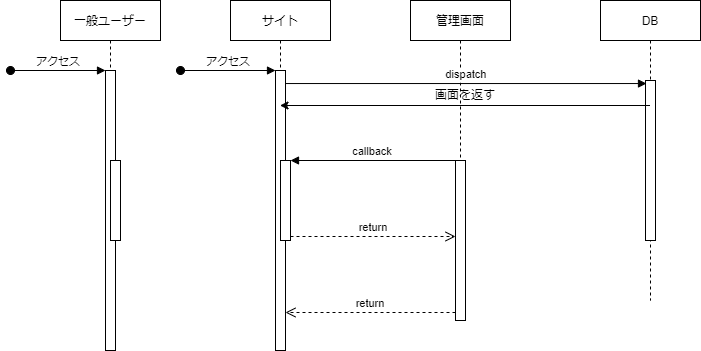
This is シーケンス図.drawio.png from buyodo/webgis-dev-doc, a draw.io export, as it was before one commit. Source tidied: cells renumbered, new cells last; positions are measured from the earlier drawing's top-left corner, leaving out a move shared by most shapes.
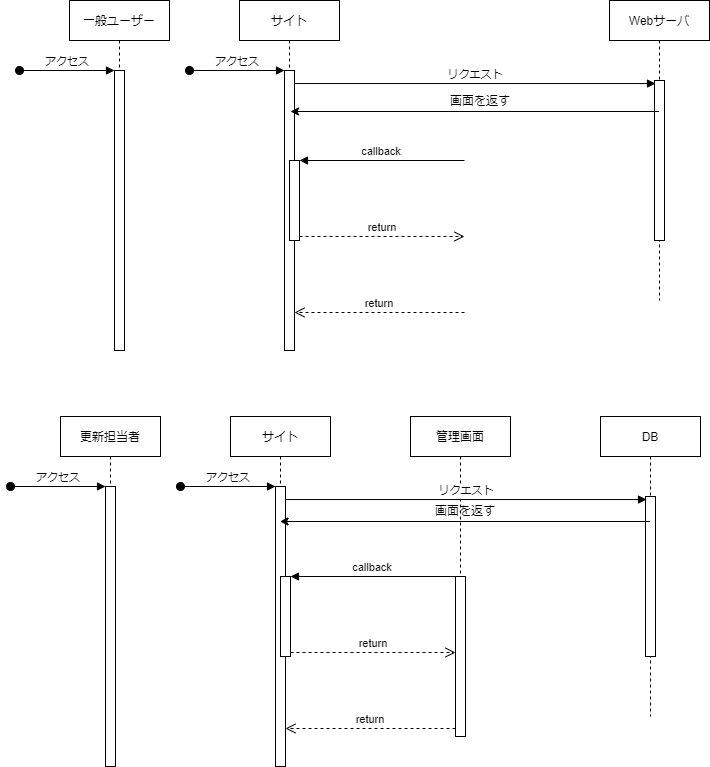
After the change.

Commit message:
シーケンス図.drawio.png を更新します

Change to the diagram source:
```diff
@@ -16,37 +16,34 @@
     <mxCell id="5" style="points=[];perimeter=orthogonalPerimeter;rounded=0;shadow=0;strokeWidth=1;" parent="2" vertex="1">
       <mxGeometry x="50" y="160" width="10" height="80" as="geometry" />
     </mxCell>
-    <mxCell id="6" value="管理画面" style="shape=umlLifeline;perimeter=lifelinePerimeter;rounded=0;shadow=0;strokeWidth=1;" parent="1" vertex="1">
-      <mxGeometry x="400" width="100" height="300" as="geometry" />
-    </mxCell>
-    <mxCell id="7" style="points=[];perimeter=orthogonalPerimeter;rounded=0;shadow=0;strokeWidth=1;" parent="6" vertex="1">
-      <mxGeometry x="45" y="160" width="10" height="160" as="geometry" />
-    </mxCell>
-    <mxCell id="8" value="画面を返す" style="text;html=1;strokeColor=none;fillColor=none;align=center;verticalAlign=middle;whiteSpace=wrap;rounded=0;" parent="6" vertex="1">
-      <mxGeometry x="20" y="80" width="70" height="30" as="geometry" />
-    </mxCell>
-    <mxCell id="9" value="return" style="verticalAlign=bottom;endArrow=open;dashed=1;endSize=8;exitX=0;exitY=0.95;shadow=0;strokeWidth=1;" parent="1" edge="1" source="7" target="3">
-      <mxGeometry relative="1" as="geometry" />
+    <mxCell id="9" value="return" style="verticalAlign=bottom;endArrow=open;dashed=1;endSize=8;exitX=0;exitY=0.95;shadow=0;strokeWidth=1;" parent="1" edge="1" target="3">
+      <mxGeometry relative="1" as="geometry">
+        <mxPoint x="445" y="312" as="sourcePoint" />
+      </mxGeometry>
     </mxCell>
-    <mxCell id="10" value="dispatch" style="verticalAlign=bottom;endArrow=block;entryX=0.1;entryY=0.019;shadow=0;strokeWidth=1;entryDx=0;entryDy=0;entryPerimeter=0;" parent="1" edge="1" source="3" target="14">
+    <mxCell id="10" value="リクエスト" style="verticalAlign=bottom;endArrow=block;entryX=0.1;entryY=0.019;shadow=0;strokeWidth=1;entryDx=0;entryDy=0;entryPerimeter=0;" parent="1" edge="1" source="3" target="14">
       <mxGeometry relative="1" as="geometry" />
     </mxCell>
-    <mxCell id="11" value="callback" style="verticalAlign=bottom;endArrow=block;entryX=1;entryY=0;shadow=0;strokeWidth=1;" parent="1" edge="1" source="7" target="5">
-      <mxGeometry relative="1" as="geometry" />
+    <mxCell id="11" value="callback" style="verticalAlign=bottom;endArrow=block;entryX=1;entryY=0;shadow=0;strokeWidth=1;" parent="1" edge="1" target="5">
+      <mxGeometry relative="1" as="geometry">
+        <mxPoint x="445" y="160" as="sourcePoint" />
+      </mxGeometry>
     </mxCell>
-    <mxCell id="12" value="return" style="verticalAlign=bottom;endArrow=open;dashed=1;endSize=8;exitX=1;exitY=0.95;shadow=0;strokeWidth=1;" parent="1" edge="1" source="5" target="7">
-      <mxGeometry relative="1" as="geometry" />
+    <mxCell id="12" value="return" style="verticalAlign=bottom;endArrow=open;dashed=1;endSize=8;exitX=1;exitY=0.95;shadow=0;strokeWidth=1;" parent="1" edge="1" source="5">
+      <mxGeometry relative="1" as="geometry">
+        <mxPoint x="445" y="236" as="targetPoint" />
+      </mxGeometry>
     </mxCell>
-    <mxCell id="13" value="DB" style="shape=umlLifeline;perimeter=lifelinePerimeter;rounded=0;shadow=0;strokeWidth=1;" parent="1" vertex="1">
+    <mxCell id="13" value="Webサーバ" style="shape=umlLifeline;perimeter=lifelinePerimeter;rounded=0;shadow=0;strokeWidth=1;" parent="1" vertex="1">
       <mxGeometry x="590" width="100" height="300" as="geometry" />
     </mxCell>
     <mxCell id="14" style="points=[];perimeter=orthogonalPerimeter;rounded=0;shadow=0;strokeWidth=1;" parent="13" vertex="1">
       <mxGeometry x="45" y="80" width="10" height="160" as="geometry" />
     </mxCell>
-    <mxCell id="15" style="endArrow=classic;html=1;rounded=0;" parent="1" edge="1">
+    <mxCell id="15" style="endArrow=classic;html=1;rounded=0;entryX=0.6;entryY=0.125;entryDx=0;entryDy=0;entryPerimeter=0;" parent="1" edge="1">
       <mxGeometry relative="1" as="geometry">
-        <mxPoint x="639.5" y="105" as="sourcePoint" />
-        <mxPoint x="269.5" y="105" as="targetPoint" />
+        <mxPoint x="639.5" y="111" as="sourcePoint" />
+        <mxPoint x="271" y="111" as="targetPoint" />
       </mxGeometry>
     </mxCell>
     <mxCell id="16" value="一般ユーザー" style="shape=umlLifeline;perimeter=lifelinePerimeter;rounded=0;shadow=0;strokeWidth=1;" parent="1" vertex="1">
@@ -60,8 +57,66 @@
         <mxPoint x="-50" y="70" as="sourcePoint" />
       </mxGeometry>
     </mxCell>
+    <mxCell id="20" value="サイト" style="shape=umlLifeline;perimeter=lifelinePerimeter;rounded=0;shadow=0;strokeWidth=1;" parent="1" vertex="1">
+      <mxGeometry x="211" y="416" width="100" height="350" as="geometry" />
+    </mxCell>
+    <mxCell id="21" style="points=[];perimeter=orthogonalPerimeter;rounded=0;shadow=0;strokeWidth=1;" parent="20" vertex="1">
+      <mxGeometry x="45" y="70" width="10" height="280" as="geometry" />
+    </mxCell>
+    <mxCell id="22" value="アクセス" style="verticalAlign=bottom;startArrow=oval;endArrow=block;startSize=8;shadow=0;strokeWidth=1;" parent="20" edge="1" target="21">
+      <mxGeometry relative="1" as="geometry">
+        <mxPoint x="-50" y="70" as="sourcePoint" />
+      </mxGeometry>
+    </mxCell>
-    <mxCell id="19" style="points=[];perimeter=orthogonalPerimeter;rounded=0;shadow=0;strokeWidth=1;" parent="16" vertex="1">
+    <mxCell id="19" style="points=[];perimeter=orthogonalPerimeter;rounded=0;shadow=0;strokeWidth=1;" parent="20" vertex="1">
       <mxGeometry x="50" y="160" width="10" height="80" as="geometry" />
     </mxCell>
+    <mxCell id="6" value="管理画面" style="shape=umlLifeline;perimeter=lifelinePerimeter;rounded=0;shadow=0;strokeWidth=1;" parent="1" vertex="1">
+      <mxGeometry x="391" y="416" width="100" height="300" as="geometry" />
+    </mxCell>
+    <mxCell id="7" style="points=[];perimeter=orthogonalPerimeter;rounded=0;shadow=0;strokeWidth=1;" parent="6" vertex="1">
+      <mxGeometry x="45" y="160" width="10" height="160" as="geometry" />
+    </mxCell>
+    <mxCell id="8" value="画面を返す" style="text;html=1;strokeColor=none;fillColor=none;align=center;verticalAlign=middle;whiteSpace=wrap;rounded=0;" parent="6" vertex="1">
+      <mxGeometry x="20" y="80" width="70" height="30" as="geometry" />
+    </mxCell>
+    <mxCell id="23" value="return" style="verticalAlign=bottom;endArrow=open;dashed=1;endSize=8;exitX=0;exitY=0.95;shadow=0;strokeWidth=1;" parent="1" edge="1" source="7" target="21">
+      <mxGeometry relative="1" as="geometry" />
+    </mxCell>
+    <mxCell id="24" value="リクエスト" style="verticalAlign=bottom;endArrow=block;entryX=0.1;entryY=0.019;shadow=0;strokeWidth=1;entryDx=0;entryDy=0;entryPerimeter=0;" parent="1" edge="1" source="21" target="28">
+      <mxGeometry relative="1" as="geometry" />
+    </mxCell>
+    <mxCell id="25" value="callback" style="verticalAlign=bottom;endArrow=block;entryX=1;entryY=0;shadow=0;strokeWidth=1;" parent="1" edge="1" source="7" target="19">
+      <mxGeometry relative="1" as="geometry" />
+    </mxCell>
+    <mxCell id="26" value="return" style="verticalAlign=bottom;endArrow=open;dashed=1;endSize=8;exitX=1;exitY=0.95;shadow=0;strokeWidth=1;" parent="1" edge="1" source="19" target="7">
+      <mxGeometry relative="1" as="geometry" />
+    </mxCell>
+    <mxCell id="27" value="DB" style="shape=umlLifeline;perimeter=lifelinePerimeter;rounded=0;shadow=0;strokeWidth=1;" parent="1" vertex="1">
+      <mxGeometry x="581" y="416" width="100" height="300" as="geometry" />
+    </mxCell>
+    <mxCell id="28" style="points=[];perimeter=orthogonalPerimeter;rounded=0;shadow=0;strokeWidth=1;" parent="27" vertex="1">
+      <mxGeometry x="45" y="80" width="10" height="160" as="geometry" />
+    </mxCell>
+    <mxCell id="29" style="endArrow=classic;html=1;rounded=0;" parent="1" edge="1">
+      <mxGeometry relative="1" as="geometry">
+        <mxPoint x="630.5" y="521" as="sourcePoint" />
+        <mxPoint x="260.5" y="521" as="targetPoint" />
+      </mxGeometry>
+    </mxCell>
+    <mxCell id="30" value="更新担当者" style="shape=umlLifeline;perimeter=lifelinePerimeter;rounded=0;shadow=0;strokeWidth=1;" parent="1" vertex="1">
+      <mxGeometry x="41" y="416" width="100" height="350" as="geometry" />
+    </mxCell>
+    <mxCell id="31" style="points=[];perimeter=orthogonalPerimeter;rounded=0;shadow=0;strokeWidth=1;" parent="30" vertex="1">
+      <mxGeometry x="45" y="70" width="10" height="280" as="geometry" />
+    </mxCell>
+    <mxCell id="32" value="アクセス" style="verticalAlign=bottom;startArrow=oval;endArrow=block;startSize=8;shadow=0;strokeWidth=1;" parent="30" edge="1" target="31">
+      <mxGeometry relative="1" as="geometry">
+        <mxPoint x="-50" y="70" as="sourcePoint" />
+      </mxGeometry>
+    </mxCell>
+    <mxCell id="33" value="画面を返す" style="text;html=1;strokeColor=none;fillColor=none;align=center;verticalAlign=middle;whiteSpace=wrap;rounded=0;" parent="1" vertex="1">
+      <mxGeometry x="421" y="86" width="80" height="30" as="geometry" />
+    </mxCell>
   </root>
 </mxGraphModel>
```
